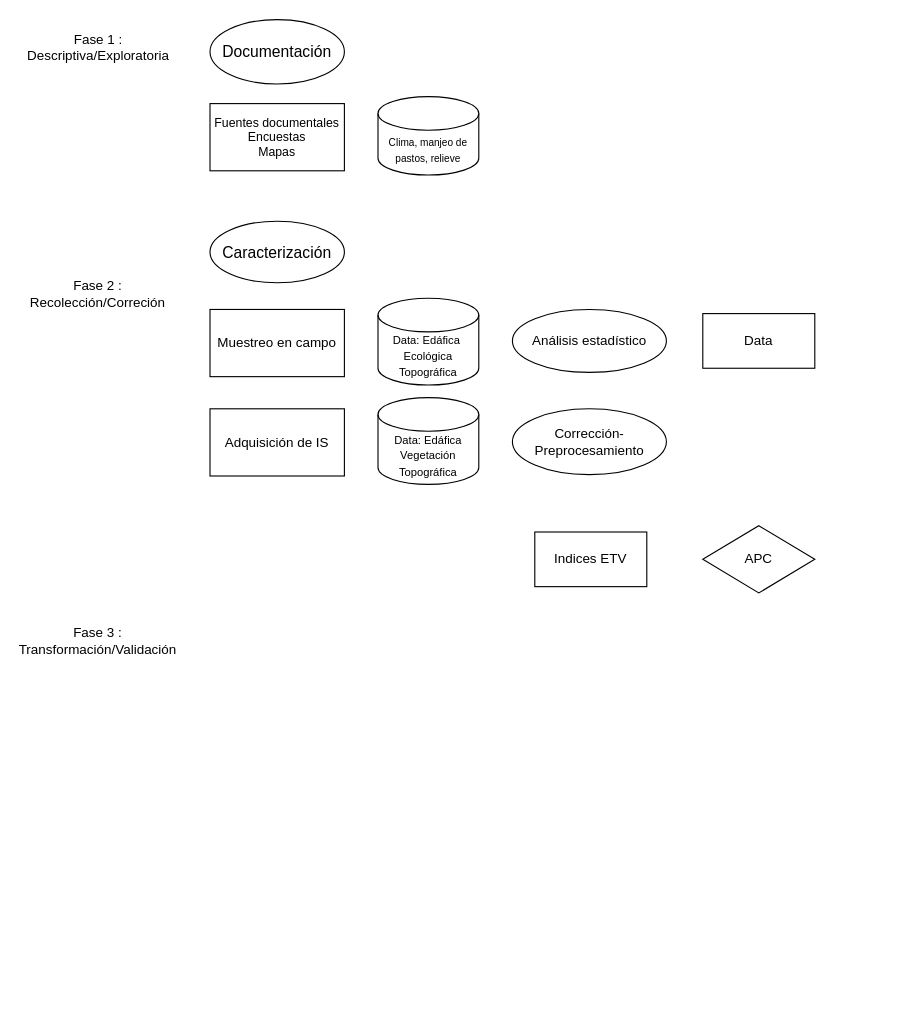
Before: Flujo_corregido.drawio in labsaf/COS-HUARI, a draw.io diagram. Source tidied: cells renumbered, new cells numbered last; positions are measured from the earlier drawing's top-left corner, leaving out a move shared by most shapes. Both pictures are drawn from the tidied source at 112%, with x=0, y=0 at pixel (19, 19).
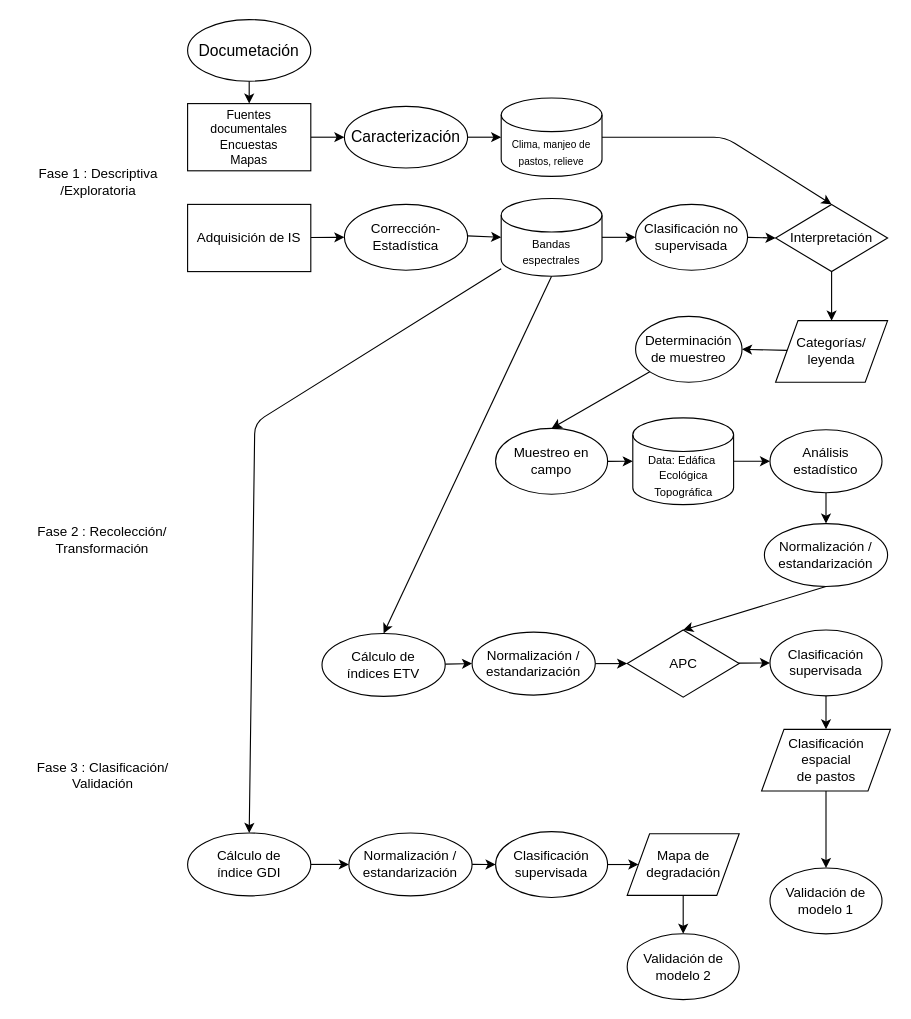
The same diagram, later.

What changed in the source:
```diff
@@
-    <mxCell id="2" value="Fase 1 : Descriptiva/Exploratoria" style="text;html=1;strokeColor=none;fillColor=none;align=center;verticalAlign=middle;whiteSpace=wrap;rounded=0;" parent="1" vertex="1">
-      <mxGeometry x="7.5" y="10" width="125" height="30" as="geometry" />
+    <mxCell id="2" value="Fase 1 : Descriptiva&lt;br&gt;/Exploratoria" style="text;html=1;strokeColor=none;fillColor=none;align=center;verticalAlign=middle;whiteSpace=wrap;rounded=0;" parent="1" vertex="1">
+      <mxGeometry x="7.5" y="130" width="125" height="30" as="geometry" />
     </mxCell>
-    <mxCell id="3" value="Fase 2 : Recolección/Correción" style="text;html=1;strokeColor=none;fillColor=none;align=center;verticalAlign=middle;whiteSpace=wrap;rounded=0;" parent="1" vertex="1">
-      <mxGeometry x="15" y="230" width="110" height="30" as="geometry" />
+    <mxCell id="3" value="Fase 2 : Recolección/&lt;br&gt;Transformación" style="text;html=1;strokeColor=none;fillColor=none;align=center;verticalAlign=middle;whiteSpace=wrap;rounded=0;" parent="1" vertex="1">
+      <mxGeometry x="3.8" y="450" width="140" height="30" as="geometry" />
     </mxCell>
-    <mxCell id="4" value="Fase 3 : Transformación/Validación" style="text;html=1;strokeColor=none;fillColor=none;align=center;verticalAlign=middle;whiteSpace=wrap;rounded=0;" parent="1" vertex="1">
-      <mxGeometry y="540" width="140" height="30" as="geometry" />
+    <mxCell id="4" value="Fase 3 : Clasificación/&lt;br&gt;Validación" style="text;html=1;strokeColor=none;fillColor=none;align=center;verticalAlign=middle;whiteSpace=wrap;rounded=0;" parent="1" vertex="1">
+      <mxGeometry x="7.5" y="660" width="132.5" height="30" as="geometry" />
     </mxCell>
-    <mxCell id="5" value="&lt;font style=&quot;font-size: 14px;&quot;&gt;Documentación&lt;/font&gt;" style="ellipse;whiteSpace=wrap;html=1;" parent="1" vertex="1">
-      <mxGeometry x="170" width="120" height="57.5" as="geometry" />
-    </mxCell>
+    <mxCell id="18" style="edgeStyle=none;html=1;entryX=0.5;entryY=0;entryDx=0;entryDy=0;" parent="1" edge="1" source="6" target="59">
+      <mxGeometry relative="1" as="geometry">
+        <Array as="points">
+          <mxPoint x="630" y="105" />
+        </Array>
+      </mxGeometry>
+    </mxCell>
     <mxCell id="6" value="&lt;font style=&quot;font-size: 9px;&quot;&gt;Clima, manjeo de pastos, relieve&lt;/font&gt;" style="shape=cylinder3;whiteSpace=wrap;html=1;boundedLbl=1;backgroundOutline=1;size=15;" parent="1" vertex="1">
-      <mxGeometry x="320" y="68.8" width="90" height="70" as="geometry" />
+      <mxGeometry x="430" y="70" width="90" height="70" as="geometry" />
     </mxCell>
+    <mxCell id="19" style="edgeStyle=none;html=1;entryX=0;entryY=0.5;entryDx=0;entryDy=0;" parent="1" edge="1" source="7" target="30">
+      <mxGeometry relative="1" as="geometry" />
+    </mxCell>
     <mxCell id="7" value="&lt;font style=&quot;font-size: 11px;&quot;&gt;Fuentes documentales Encuestas &lt;br&gt;Mapas&lt;/font&gt;" style="rounded=0;whiteSpace=wrap;html=1;fontSize=9;" parent="1" vertex="1">
-      <mxGeometry x="170" y="75" width="120" height="60" as="geometry" />
+      <mxGeometry x="150" y="75" width="110" height="60" as="geometry" />
     </mxCell>
+    <mxCell id="20" style="edgeStyle=none;html=1;entryX=0.5;entryY=0;entryDx=0;entryDy=0;" parent="1" edge="1" source="8" target="7">
+      <mxGeometry relative="1" as="geometry" />
+    </mxCell>
-    <mxCell id="8" value="&lt;font style=&quot;font-size: 14px;&quot;&gt;Caracterización&lt;/font&gt;" style="ellipse;whiteSpace=wrap;html=1;" parent="1" vertex="1">
-      <mxGeometry x="170" y="180" width="120" height="55" as="geometry" />
+    <mxCell id="8" value="&lt;font style=&quot;font-size: 14px;&quot;&gt;Documetación&lt;/font&gt;" style="ellipse;whiteSpace=wrap;html=1;" parent="1" vertex="1">
+      <mxGeometry x="150" width="110" height="55" as="geometry" />
     </mxCell>
+    <mxCell id="21" style="edgeStyle=none;html=1;exitX=1;exitY=0.5;exitDx=0;exitDy=0;exitPerimeter=0;entryX=0;entryY=0.5;entryDx=0;entryDy=0;" parent="1" edge="1" source="10" target="13">
+      <mxGeometry relative="1" as="geometry" />
+    </mxCell>
+    <mxCell id="10" value="&lt;font size=&quot;1&quot;&gt;Data: Edáfica&amp;nbsp;&lt;br&gt;Ecológica&lt;br&gt;Topográfica&lt;br&gt;&lt;/font&gt;" style="shape=cylinder3;whiteSpace=wrap;html=1;boundedLbl=1;backgroundOutline=1;size=15;" parent="1" vertex="1">
+      <mxGeometry x="547.5" y="355.6" width="90" height="77.5" as="geometry" />
+    </mxCell>
+    <mxCell id="22" style="edgeStyle=none;html=1;entryX=0;entryY=0.5;entryDx=0;entryDy=0;" parent="1" edge="1" source="11" target="14">
+      <mxGeometry relative="1" as="geometry" />
+    </mxCell>
+    <mxCell id="11" value="&lt;font style=&quot;font-size: 12px;&quot;&gt;Adquisición de IS&lt;/font&gt;" style="rounded=0;whiteSpace=wrap;html=1;fontSize=9;" parent="1" vertex="1">
+      <mxGeometry x="150" y="165" width="110" height="60" as="geometry" />
+    </mxCell>
+    <mxCell id="23" style="edgeStyle=none;html=1;entryX=0;entryY=0.5;entryDx=0;entryDy=0;" parent="1" edge="1" source="12" target="32">
+      <mxGeometry relative="1" as="geometry" />
+    </mxCell>
+    <mxCell id="24" style="edgeStyle=none;html=1;entryX=0.5;entryY=0;entryDx=0;entryDy=0;exitX=0.5;exitY=1;exitDx=0;exitDy=0;exitPerimeter=0;" parent="1" edge="1" source="12" target="43">
+      <mxGeometry relative="1" as="geometry" />
+    </mxCell>
+    <mxCell id="25" style="edgeStyle=none;html=1;entryX=0.5;entryY=0;entryDx=0;entryDy=0;" parent="1" edge="1" source="12" target="45">
+      <mxGeometry relative="1" as="geometry">
+        <Array as="points">
+          <mxPoint x="210" y="360" />
+        </Array>
+      </mxGeometry>
+    </mxCell>
+    <mxCell id="12" value="&lt;font size=&quot;1&quot;&gt;Bandas &lt;br&gt;espectrales&lt;br&gt;&lt;/font&gt;" style="shape=cylinder3;whiteSpace=wrap;html=1;boundedLbl=1;backgroundOutline=1;size=15;" parent="1" vertex="1">
+      <mxGeometry x="430" y="159.7" width="90" height="69.4" as="geometry" />
+    </mxCell>
+    <mxCell id="26" style="edgeStyle=none;html=1;entryX=0.5;entryY=0;entryDx=0;entryDy=0;" parent="1" edge="1" source="13" target="36">
+      <mxGeometry relative="1" as="geometry" />
+    </mxCell>
+    <mxCell id="13" value="Análisis estadístico" style="ellipse;whiteSpace=wrap;html=1;fontSize=12;" parent="1" vertex="1">
+      <mxGeometry x="670" y="366.2" width="100" height="56.2" as="geometry" />
+    </mxCell>
+    <mxCell id="27" style="edgeStyle=none;html=1;entryX=0;entryY=0.5;entryDx=0;entryDy=0;entryPerimeter=0;" parent="1" edge="1" source="14" target="12">
+      <mxGeometry relative="1" as="geometry" />
+    </mxCell>
+    <mxCell id="14" value="Corrección-Estadística" style="ellipse;whiteSpace=wrap;html=1;fontSize=12;" parent="1" vertex="1">
+      <mxGeometry x="290" y="165" width="110" height="58.8" as="geometry" />
+    </mxCell>
+    <mxCell id="28" style="edgeStyle=none;html=1;entryX=0;entryY=0.5;entryDx=0;entryDy=0;" parent="1" edge="1" source="16" target="39">
+      <mxGeometry relative="1" as="geometry" />
+    </mxCell>
+    <mxCell id="16" value="APC" style="rhombus;whiteSpace=wrap;html=1;fontSize=12;" parent="1" vertex="1">
+      <mxGeometry x="542.5" y="545" width="100" height="60" as="geometry" />
+    </mxCell>
+    <mxCell id="29" style="edgeStyle=none;html=1;entryX=0;entryY=0.5;entryDx=0;entryDy=0;entryPerimeter=0;" parent="1" edge="1" source="30" target="6">
+      <mxGeometry relative="1" as="geometry" />
+    </mxCell>
+    <mxCell id="30" value="&lt;font style=&quot;font-size: 14px;&quot;&gt;Caracterización&lt;/font&gt;" style="ellipse;whiteSpace=wrap;html=1;" parent="1" vertex="1">
+      <mxGeometry x="290" y="77.5" width="110" height="55" as="geometry" />
+    </mxCell>
+    <mxCell id="31" style="edgeStyle=none;html=1;entryX=0;entryY=0.5;entryDx=0;entryDy=0;" parent="1" edge="1" source="32" target="59">
+      <mxGeometry relative="1" as="geometry" />
+    </mxCell>
+    <mxCell id="32" value="Clasificación no supervisada" style="ellipse;whiteSpace=wrap;html=1;fontSize=12;" parent="1" vertex="1">
+      <mxGeometry x="550" y="165" width="100" height="58.8" as="geometry" />
+    </mxCell>
+    <mxCell id="33" style="edgeStyle=none;html=1;entryX=0.5;entryY=0;entryDx=0;entryDy=0;" parent="1" edge="1" source="34" target="9">
+      <mxGeometry relative="1" as="geometry" />
+    </mxCell>
+    <mxCell id="34" value="Determinación de muestreo" style="ellipse;whiteSpace=wrap;html=1;fontSize=12;" parent="1" vertex="1">
+      <mxGeometry x="550" y="265" width="95" height="58.8" as="geometry" />
+    </mxCell>
+    <mxCell id="35" style="edgeStyle=none;html=1;exitX=0.5;exitY=1;exitDx=0;exitDy=0;entryX=0.5;entryY=0;entryDx=0;entryDy=0;" parent="1" edge="1" source="36" target="16">
+      <mxGeometry relative="1" as="geometry" />
+    </mxCell>
+    <mxCell id="36" value="Normalización / estandarización" style="ellipse;whiteSpace=wrap;html=1;fontSize=12;" parent="1" vertex="1">
+      <mxGeometry x="665" y="450" width="110" height="56.2" as="geometry" />
+    </mxCell>
+    <mxCell id="37" style="edgeStyle=none;html=1;entryX=0;entryY=0.5;entryDx=0;entryDy=0;entryPerimeter=0;" parent="1" edge="1" source="9" target="10">
+      <mxGeometry relative="1" as="geometry" />
+    </mxCell>
-    <mxCell id="9" value="&lt;font style=&quot;font-size: 12px;&quot;&gt;Muestreo en campo&lt;/font&gt;" style="rounded=0;whiteSpace=wrap;html=1;fontSize=9;" parent="1" vertex="1">
-      <mxGeometry x="170" y="258.8" width="120" height="60" as="geometry" />
+    <mxCell id="9" value="Muestreo en campo" style="ellipse;whiteSpace=wrap;html=1;fontSize=12;" parent="1" vertex="1">
+      <mxGeometry x="425" y="365" width="100" height="58.8" as="geometry" />
     </mxCell>
-    <mxCell id="10" value="&lt;font size=&quot;1&quot;&gt;Data: Edáfica&amp;nbsp;&lt;br&gt;Ecológica&lt;br&gt;Topográfica&lt;br&gt;&lt;/font&gt;" style="shape=cylinder3;whiteSpace=wrap;html=1;boundedLbl=1;backgroundOutline=1;size=15;" parent="1" vertex="1">
-      <mxGeometry x="320" y="248.8" width="90" height="77.5" as="geometry" />
-    </mxCell>
-    <mxCell id="11" value="&lt;font style=&quot;font-size: 12px;&quot;&gt;Adquisición de IS&lt;/font&gt;" style="rounded=0;whiteSpace=wrap;html=1;fontSize=9;" parent="1" vertex="1">
-      <mxGeometry x="170" y="347.5" width="120" height="60" as="geometry" />
-    </mxCell>
-    <mxCell id="12" value="&lt;font size=&quot;1&quot;&gt;Data: Edáfica&lt;br&gt;Vegetación&lt;br&gt;Topográfica&lt;br&gt;&lt;/font&gt;" style="shape=cylinder3;whiteSpace=wrap;html=1;boundedLbl=1;backgroundOutline=1;size=15;" parent="1" vertex="1">
-      <mxGeometry x="320" y="337.5" width="90" height="77.5" as="geometry" />
-    </mxCell>
-    <mxCell id="13" value="Análisis estadístico" style="ellipse;whiteSpace=wrap;html=1;fontSize=12;" parent="1" vertex="1">
-      <mxGeometry x="440" y="258.8" width="137.5" height="56.2" as="geometry" />
-    </mxCell>
-    <mxCell id="14" value="Corrección-Preprocesamiento" style="ellipse;whiteSpace=wrap;html=1;fontSize=12;" parent="1" vertex="1">
-      <mxGeometry x="440" y="347.5" width="137.5" height="58.8" as="geometry" />
-    </mxCell>
-    <mxCell id="15" value="&lt;font style=&quot;font-size: 12px;&quot;&gt;Indices ETV&lt;/font&gt;" style="rounded=0;whiteSpace=wrap;html=1;fontSize=9;" parent="1" vertex="1">
-      <mxGeometry x="460" y="457.5" width="100" height="48.8" as="geometry" />
-    </mxCell>
-    <mxCell id="16" value="APC" style="rhombus;whiteSpace=wrap;html=1;fontSize=12;" parent="1" vertex="1">
-      <mxGeometry x="610" y="451.9" width="100" height="60" as="geometry" />
-    </mxCell>
-    <mxCell id="17" value="&lt;font style=&quot;font-size: 12px;&quot;&gt;Data&lt;/font&gt;" style="rounded=0;whiteSpace=wrap;html=1;fontSize=9;" parent="1" vertex="1">
-      <mxGeometry x="610" y="262.5" width="100" height="48.8" as="geometry" />
-    </mxCell>
+    <mxCell id="38" style="edgeStyle=none;html=1;entryX=0.5;entryY=0;entryDx=0;entryDy=0;" parent="1" edge="1" source="39" target="53">
+      <mxGeometry relative="1" as="geometry" />
+    </mxCell>
+    <mxCell id="39" value="Clasificación supervisada" style="ellipse;whiteSpace=wrap;html=1;fontSize=12;" parent="1" vertex="1">
+      <mxGeometry x="670" y="545" width="100" height="58.8" as="geometry" />
+    </mxCell>
+    <mxCell id="40" style="edgeStyle=none;html=1;entryX=0;entryY=0.5;entryDx=0;entryDy=0;" parent="1" edge="1" source="41" target="16">
+      <mxGeometry relative="1" as="geometry" />
+    </mxCell>
+    <mxCell id="41" value="Normalización / estandarización" style="ellipse;whiteSpace=wrap;html=1;fontSize=12;" parent="1" vertex="1">
+      <mxGeometry x="404" y="546.9" width="110" height="56.2" as="geometry" />
+    </mxCell>
+    <mxCell id="42" style="edgeStyle=none;html=1;entryX=0;entryY=0.5;entryDx=0;entryDy=0;" parent="1" edge="1" source="43" target="41">
+      <mxGeometry relative="1" as="geometry" />
+    </mxCell>
+    <mxCell id="43" value="Cálculo de &lt;br&gt;índices ETV" style="ellipse;whiteSpace=wrap;html=1;fontSize=12;" parent="1" vertex="1">
+      <mxGeometry x="270" y="548.1" width="110" height="56.2" as="geometry" />
+    </mxCell>
+    <mxCell id="44" style="edgeStyle=none;html=1;entryX=0;entryY=0.5;entryDx=0;entryDy=0;" parent="1" edge="1" source="45" target="47">
+      <mxGeometry relative="1" as="geometry" />
+    </mxCell>
+    <mxCell id="45" value="Cálculo de &lt;br&gt;índice GDI" style="ellipse;whiteSpace=wrap;html=1;fontSize=12;" parent="1" vertex="1">
+      <mxGeometry x="150" y="726.2" width="110" height="56.2" as="geometry" />
+    </mxCell>
+    <mxCell id="46" style="edgeStyle=none;html=1;entryX=0;entryY=0.5;entryDx=0;entryDy=0;" parent="1" edge="1" source="47" target="49">
+      <mxGeometry relative="1" as="geometry" />
+    </mxCell>
+    <mxCell id="47" value="Normalización / estandarización" style="ellipse;whiteSpace=wrap;html=1;fontSize=12;" parent="1" vertex="1">
+      <mxGeometry x="294" y="726.2" width="110" height="56.2" as="geometry" />
+    </mxCell>
+    <mxCell id="48" style="edgeStyle=none;html=1;exitX=1;exitY=0.5;exitDx=0;exitDy=0;entryX=0;entryY=0.5;entryDx=0;entryDy=0;" parent="1" edge="1" source="49" target="55">
+      <mxGeometry relative="1" as="geometry" />
+    </mxCell>
+    <mxCell id="49" value="Clasificación supervisada" style="ellipse;whiteSpace=wrap;html=1;fontSize=12;" parent="1" vertex="1">
+      <mxGeometry x="425" y="725" width="100" height="58.8" as="geometry" />
+    </mxCell>
+    <mxCell id="50" style="edgeStyle=none;html=1;entryX=1;entryY=0.5;entryDx=0;entryDy=0;" parent="1" edge="1" source="51" target="34">
+      <mxGeometry relative="1" as="geometry" />
+    </mxCell>
+    <mxCell id="51" value="Categorías/ leyenda" style="shape=parallelogram;perimeter=parallelogramPerimeter;whiteSpace=wrap;html=1;fixedSize=1;" parent="1" vertex="1">
+      <mxGeometry x="675" y="268.8" width="100" height="55" as="geometry" />
+    </mxCell>
+    <mxCell id="52" style="edgeStyle=none;html=1;entryX=0.5;entryY=0;entryDx=0;entryDy=0;" parent="1" edge="1" source="53" target="56">
+      <mxGeometry relative="1" as="geometry" />
+    </mxCell>
+    <mxCell id="53" value="Clasificación espacial &lt;br&gt;de pastos" style="shape=parallelogram;perimeter=parallelogramPerimeter;whiteSpace=wrap;html=1;fixedSize=1;" parent="1" vertex="1">
+      <mxGeometry x="662.5" y="633.7" width="115" height="55" as="geometry" />
+    </mxCell>
+    <mxCell id="54" style="edgeStyle=none;html=1;entryX=0.5;entryY=0;entryDx=0;entryDy=0;" parent="1" edge="1" source="55" target="57">
+      <mxGeometry relative="1" as="geometry" />
+    </mxCell>
+    <mxCell id="55" value="Mapa de degradación" style="shape=parallelogram;perimeter=parallelogramPerimeter;whiteSpace=wrap;html=1;fixedSize=1;" parent="1" vertex="1">
+      <mxGeometry x="542.5" y="726.9" width="100" height="55" as="geometry" />
+    </mxCell>
+    <mxCell id="56" value="Validación de modelo 1" style="ellipse;whiteSpace=wrap;html=1;fontSize=12;" parent="1" vertex="1">
+      <mxGeometry x="670" y="757.5" width="100" height="58.8" as="geometry" />
+    </mxCell>
+    <mxCell id="57" value="Validación de modelo 2" style="ellipse;whiteSpace=wrap;html=1;fontSize=12;" parent="1" vertex="1">
+      <mxGeometry x="542.5" y="816.2" width="100" height="58.8" as="geometry" />
+    </mxCell>
+    <mxCell id="58" style="edgeStyle=none;html=1;entryX=0.5;entryY=0;entryDx=0;entryDy=0;" parent="1" edge="1" source="59" target="51">
+      <mxGeometry relative="1" as="geometry" />
+    </mxCell>
+    <mxCell id="59" value="Interpretación" style="rhombus;whiteSpace=wrap;html=1;fontSize=12;" parent="1" vertex="1">
+      <mxGeometry x="675" y="165" width="100" height="60" as="geometry" />
+    </mxCell>
```
